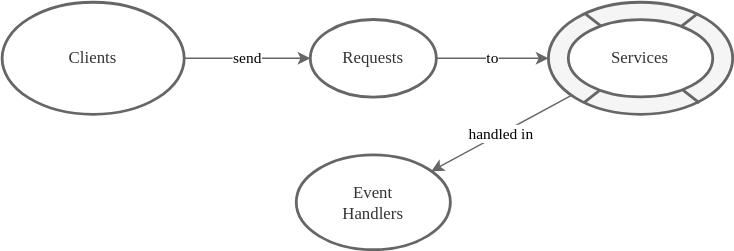
This is guides/messaging/assets/sync.drawio.svg from cap-js/docs, a draw.io export, as it was before one commit. Source tidied: cells renumbered, new cells last; positions are measured from the earlier drawing's top-left corner, leaving out a move shared by most shapes. Its diagram source:
```xml
<mxGraphModel>
  <root>
    <mxCell id="0" />
    <mxCell id="1" parent="0" />
    <mxCell id="2" style="group;fontFamily=Avenir Next Medium;" parent="1" vertex="1">
      <mxGeometry x="390" width="131.6" height="80" as="geometry" />
    </mxCell>
    <mxCell id="3" style="ellipse;whiteSpace=wrap;html=1;strokeWidth=2;fillColor=#f5f5f5;strokeColor=#666666;fontColor=#333333;gradientDirection=south;fontFamily=Avenir Next Medium;" parent="2" vertex="1">
      <mxGeometry width="131.6" height="80" as="geometry" />
    </mxCell>
    <mxCell id="4" style="rounded=0;orthogonalLoop=1;jettySize=auto;html=1;endArrow=none;endFill=0;strokeWidth=2;entryX=0.806;entryY=0.106;entryDx=0;entryDy=0;exitX=0.193;exitY=0.895;exitDx=0;exitDy=0;fillColor=#f5f5f5;strokeColor=#666666;entryPerimeter=0;exitPerimeter=0;fontFamily=Avenir Next Medium;" parent="2" edge="1" source="3" target="3">
      <mxGeometry y="0.6" as="geometry" />
    </mxCell>
    <mxCell id="5" style="rounded=0;orthogonalLoop=1;jettySize=auto;html=1;endArrow=none;endFill=0;strokeWidth=2;entryX=0.819;entryY=0.898;entryDx=0;entryDy=0;exitX=0.199;exitY=0.102;exitDx=0;exitDy=0;fillColor=#f5f5f5;strokeColor=#666666;exitPerimeter=0;entryPerimeter=0;fontFamily=Avenir Next Medium;" parent="2" edge="1" source="3" target="3">
      <mxGeometry x="-69.9" y="-758.5" as="geometry" />
    </mxCell>
    <mxCell id="6" value="Services" style="ellipse;whiteSpace=wrap;html=1;strokeWidth=2;fontFamily=Avenir Next Medium;fillColor=#FFFFFF;strokeColor=#666666;fontColor=#333333;" parent="2" vertex="1">
      <mxGeometry x="14.2" y="12.4" width="103.1" height="55.2" as="geometry" />
    </mxCell>
    <mxCell id="7" value="&amp;nbsp;send&amp;nbsp;" style="rounded=0;jettySize=auto;html=1;fillColor=#f5f5f5;strokeColor=#666666;endArrow=classic;endFill=1;strokeWidth=1;startSize=6;fontFamily=Avenir Next Medium;" parent="1" edge="1" source="8" target="9">
      <mxGeometry relative="1" as="geometry" />
    </mxCell>
    <mxCell id="8" value="Clients" style="ellipse;whiteSpace=wrap;html=1;strokeWidth=2;fontFamily=Avenir Next Medium;fillColor=#FFFFFF;strokeColor=#666666;fontColor=#333333;" parent="1" vertex="1">
      <mxGeometry width="130" height="80" as="geometry" />
    </mxCell>
    <mxCell id="9" value="Requests" style="ellipse;whiteSpace=wrap;html=1;strokeWidth=2;fontFamily=Avenir Next Medium;fillColor=#FFFFFF;strokeColor=#666666;fontColor=#333333;" parent="1" vertex="1">
      <mxGeometry x="220" y="12.3" width="90" height="55.4" as="geometry" />
    </mxCell>
    <mxCell id="10" value="&amp;nbsp;to&amp;nbsp;" style="rounded=0;jettySize=auto;html=1;fillColor=#f5f5f5;strokeColor=#666666;endArrow=classic;endFill=1;strokeWidth=1;startSize=6;fontFamily=Avenir Next Medium;spacingLeft=0;" parent="1" edge="1" source="9" target="3">
      <mxGeometry relative="1" as="geometry" />
    </mxCell>
    <mxCell id="11" value="Event &lt;br&gt;Handlers" style="ellipse;whiteSpace=wrap;html=1;strokeWidth=2;fontFamily=Avenir Next Medium;fillColor=#FFFFFF;strokeColor=#666666;fontColor=#333333;" parent="1" vertex="1">
      <mxGeometry x="210" y="109" width="110" height="67.7" as="geometry" />
    </mxCell>
    <mxCell id="12" value="handled in" style="rounded=0;jettySize=auto;html=1;fillColor=#f5f5f5;strokeColor=#666666;endArrow=classic;endFill=1;strokeWidth=1;startSize=6;fontFamily=Avenir Next Medium;spacingLeft=0;" parent="1" edge="1" source="3" target="11">
      <mxGeometry relative="1" as="geometry" />
    </mxCell>
  </root>
</mxGraphModel>
```
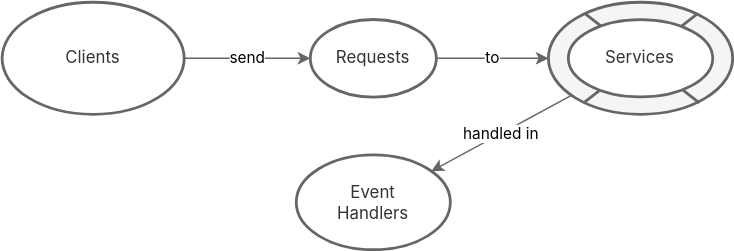
After the commit.

Diff of the diagram source:
```diff
@@ -2,37 +2,37 @@
   <root>
     <mxCell id="0" />
     <mxCell id="1" parent="0" />
-    <mxCell id="2" style="group;fontFamily=Avenir Next Medium;" parent="1" vertex="1">
+    <mxCell id="2" style="group;fontFamily='Avenir Next', 'Inter var', 'Inter', Helvetica, Arial, sans-serif;" parent="1" vertex="1">
       <mxGeometry x="390" width="131.6" height="80" as="geometry" />
     </mxCell>
-    <mxCell id="3" style="ellipse;whiteSpace=wrap;html=1;strokeWidth=2;fillColor=#f5f5f5;strokeColor=#666666;fontColor=#333333;gradientDirection=south;fontFamily=Avenir Next Medium;" parent="2" vertex="1">
+    <mxCell id="3" style="ellipse;whiteSpace=wrap;html=1;strokeWidth=2;fillColor=#f5f5f5;strokeColor=#666666;fontColor=#333333;gradientDirection=south;fontFamily='Avenir Next', 'Inter var', 'Inter', Helvetica, Arial, sans-serif;" parent="2" vertex="1">
       <mxGeometry width="131.6" height="80" as="geometry" />
     </mxCell>
-    <mxCell id="4" style="rounded=0;orthogonalLoop=1;jettySize=auto;html=1;endArrow=none;endFill=0;strokeWidth=2;entryX=0.806;entryY=0.106;entryDx=0;entryDy=0;exitX=0.193;exitY=0.895;exitDx=0;exitDy=0;fillColor=#f5f5f5;strokeColor=#666666;entryPerimeter=0;exitPerimeter=0;fontFamily=Avenir Next Medium;" parent="2" edge="1" source="3" target="3">
+    <mxCell id="4" style="rounded=0;orthogonalLoop=1;jettySize=auto;html=1;endArrow=none;endFill=0;strokeWidth=2;entryX=0.806;entryY=0.106;entryDx=0;entryDy=0;exitX=0.193;exitY=0.895;exitDx=0;exitDy=0;fillColor=#f5f5f5;strokeColor=#666666;entryPerimeter=0;exitPerimeter=0;fontFamily='Avenir Next', 'Inter var', 'Inter', Helvetica, Arial, sans-serif;" parent="2" edge="1" source="3" target="3">
       <mxGeometry y="0.6" as="geometry" />
     </mxCell>
-    <mxCell id="5" style="rounded=0;orthogonalLoop=1;jettySize=auto;html=1;endArrow=none;endFill=0;strokeWidth=2;entryX=0.819;entryY=0.898;entryDx=0;entryDy=0;exitX=0.199;exitY=0.102;exitDx=0;exitDy=0;fillColor=#f5f5f5;strokeColor=#666666;exitPerimeter=0;entryPerimeter=0;fontFamily=Avenir Next Medium;" parent="2" edge="1" source="3" target="3">
+    <mxCell id="5" style="rounded=0;orthogonalLoop=1;jettySize=auto;html=1;endArrow=none;endFill=0;strokeWidth=2;entryX=0.819;entryY=0.898;entryDx=0;entryDy=0;exitX=0.199;exitY=0.102;exitDx=0;exitDy=0;fillColor=#f5f5f5;strokeColor=#666666;exitPerimeter=0;entryPerimeter=0;fontFamily='Avenir Next', 'Inter var', 'Inter', Helvetica, Arial, sans-serif;" parent="2" edge="1" source="3" target="3">
       <mxGeometry x="-69.9" y="-758.5" as="geometry" />
     </mxCell>
-    <mxCell id="6" value="Services" style="ellipse;whiteSpace=wrap;html=1;strokeWidth=2;fontFamily=Avenir Next Medium;fillColor=#FFFFFF;strokeColor=#666666;fontColor=#333333;" parent="2" vertex="1">
+    <mxCell id="6" value="Services" style="ellipse;whiteSpace=wrap;html=1;strokeWidth=2;fontFamily='Avenir Next', 'Inter var', 'Inter', Helvetica, Arial, sans-serif;fillColor=#FFFFFF;strokeColor=#666666;fontColor=#333333;" parent="2" vertex="1">
       <mxGeometry x="14.2" y="12.4" width="103.1" height="55.2" as="geometry" />
     </mxCell>
-    <mxCell id="7" value="&amp;nbsp;send&amp;nbsp;" style="rounded=0;jettySize=auto;html=1;fillColor=#f5f5f5;strokeColor=#666666;endArrow=classic;endFill=1;strokeWidth=1;startSize=6;fontFamily=Avenir Next Medium;" parent="1" edge="1" source="8" target="9">
+    <mxCell id="7" value="&amp;nbsp;send&amp;nbsp;" style="rounded=0;jettySize=auto;html=1;fillColor=#f5f5f5;strokeColor=#666666;endArrow=classic;endFill=1;strokeWidth=1;startSize=6;fontFamily='Avenir Next', 'Inter var', 'Inter', Helvetica, Arial, sans-serif;" parent="1" edge="1" source="8" target="9">
       <mxGeometry relative="1" as="geometry" />
     </mxCell>
-    <mxCell id="8" value="Clients" style="ellipse;whiteSpace=wrap;html=1;strokeWidth=2;fontFamily=Avenir Next Medium;fillColor=#FFFFFF;strokeColor=#666666;fontColor=#333333;" parent="1" vertex="1">
+    <mxCell id="8" value="Clients" style="ellipse;whiteSpace=wrap;html=1;strokeWidth=2;fontFamily='Avenir Next', 'Inter var', 'Inter', Helvetica, Arial, sans-serif;fillColor=#FFFFFF;strokeColor=#666666;fontColor=#333333;" parent="1" vertex="1">
       <mxGeometry width="130" height="80" as="geometry" />
     </mxCell>
-    <mxCell id="9" value="Requests" style="ellipse;whiteSpace=wrap;html=1;strokeWidth=2;fontFamily=Avenir Next Medium;fillColor=#FFFFFF;strokeColor=#666666;fontColor=#333333;" parent="1" vertex="1">
+    <mxCell id="9" value="Requests" style="ellipse;whiteSpace=wrap;html=1;strokeWidth=2;fontFamily='Avenir Next', 'Inter var', 'Inter', Helvetica, Arial, sans-serif;fillColor=#FFFFFF;strokeColor=#666666;fontColor=#333333;" parent="1" vertex="1">
       <mxGeometry x="220" y="12.3" width="90" height="55.4" as="geometry" />
     </mxCell>
-    <mxCell id="10" value="&amp;nbsp;to&amp;nbsp;" style="rounded=0;jettySize=auto;html=1;fillColor=#f5f5f5;strokeColor=#666666;endArrow=classic;endFill=1;strokeWidth=1;startSize=6;fontFamily=Avenir Next Medium;spacingLeft=0;" parent="1" edge="1" source="9" target="3">
+    <mxCell id="10" value="&amp;nbsp;to&amp;nbsp;" style="rounded=0;jettySize=auto;html=1;fillColor=#f5f5f5;strokeColor=#666666;endArrow=classic;endFill=1;strokeWidth=1;startSize=6;fontFamily='Avenir Next', 'Inter var', 'Inter', Helvetica, Arial, sans-serif;spacingLeft=0;" parent="1" edge="1" source="9" target="3">
       <mxGeometry relative="1" as="geometry" />
     </mxCell>
-    <mxCell id="11" value="Event &lt;br&gt;Handlers" style="ellipse;whiteSpace=wrap;html=1;strokeWidth=2;fontFamily=Avenir Next Medium;fillColor=#FFFFFF;strokeColor=#666666;fontColor=#333333;" parent="1" vertex="1">
+    <mxCell id="11" value="Event &lt;br&gt;Handlers" style="ellipse;whiteSpace=wrap;html=1;strokeWidth=2;fontFamily='Avenir Next', 'Inter var', 'Inter', Helvetica, Arial, sans-serif;fillColor=#FFFFFF;strokeColor=#666666;fontColor=#333333;" parent="1" vertex="1">
       <mxGeometry x="210" y="109" width="110" height="67.7" as="geometry" />
     </mxCell>
-    <mxCell id="12" value="handled in" style="rounded=0;jettySize=auto;html=1;fillColor=#f5f5f5;strokeColor=#666666;endArrow=classic;endFill=1;strokeWidth=1;startSize=6;fontFamily=Avenir Next Medium;spacingLeft=0;" parent="1" edge="1" source="3" target="11">
+    <mxCell id="12" value="handled in" style="rounded=0;jettySize=auto;html=1;fillColor=#f5f5f5;strokeColor=#666666;endArrow=classic;endFill=1;strokeWidth=1;startSize=6;fontFamily='Avenir Next', 'Inter var', 'Inter', Helvetica, Arial, sans-serif;spacingLeft=0;" parent="1" edge="1" source="3" target="11">
       <mxGeometry relative="1" as="geometry" />
     </mxCell>
   </root>
```
